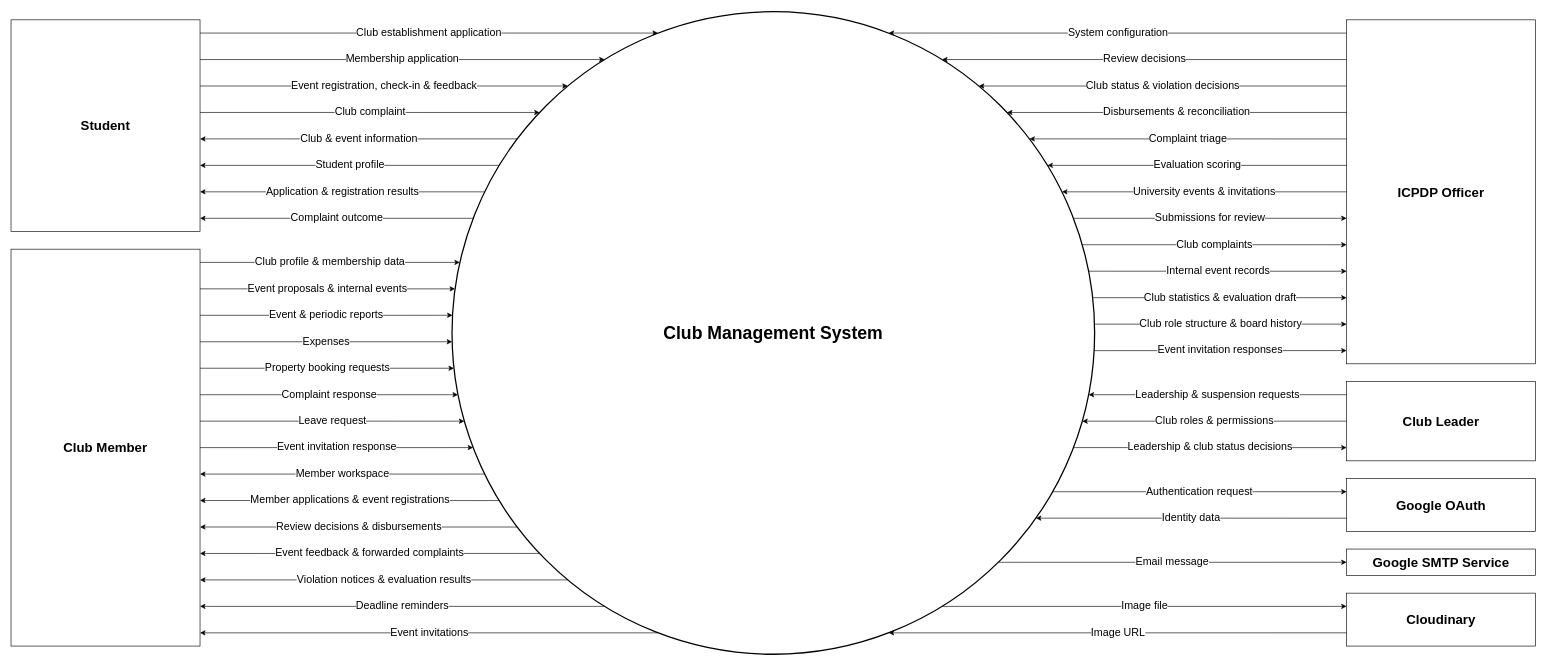
The draw.io diagram docs/03-diagrams/UCMS_Context_Diagram_v2.1.drawio in nvdekay/ClubManagementSystem, before the edit. Source tidied: cells renumbered, new cells numbered last; positions are measured from the earlier drawing's top-left corner, leaving out a move shared by most shapes. Both pictures are drawn from the tidied source at 63%, with x=0, y=0 at pixel (11, 11).
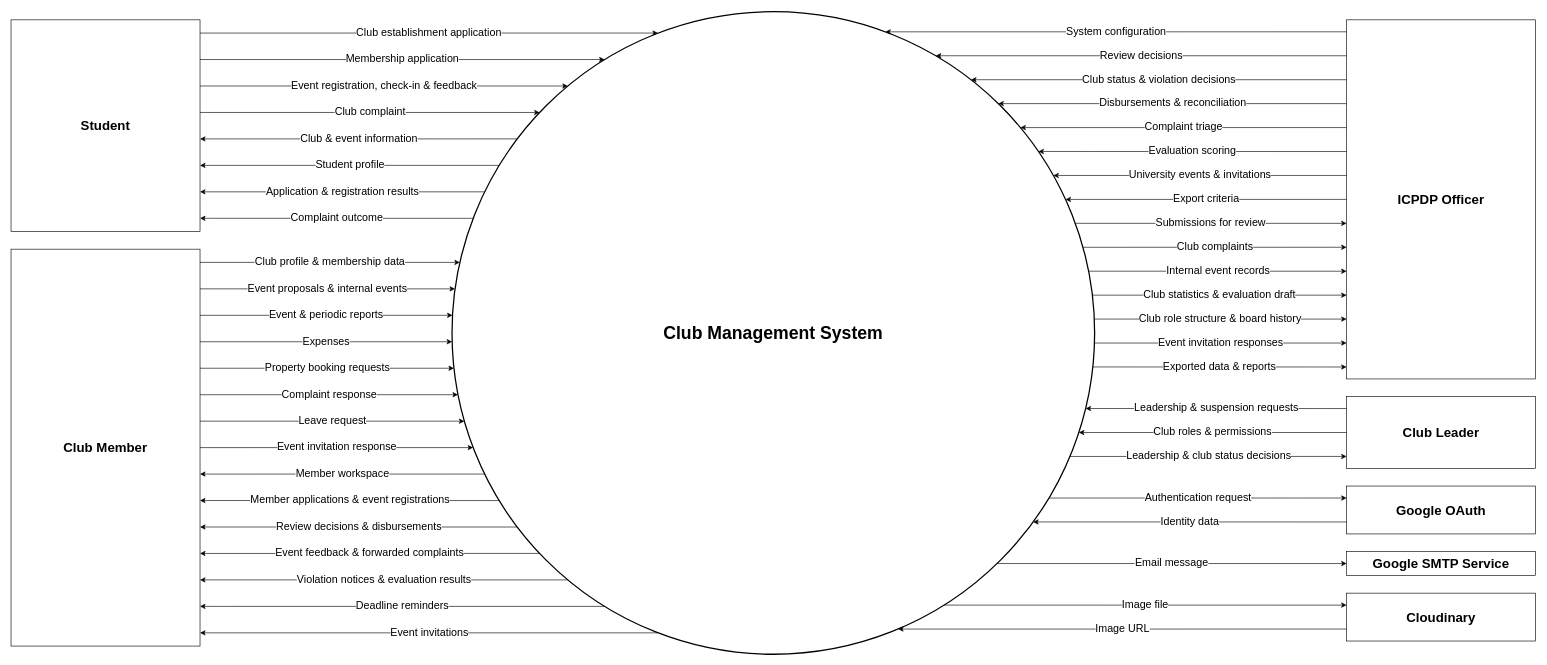
The same diagram, later.

The change refers to these unchanged cells:
```xml
<mxCell id="2" value="Club Management System" style="ellipse;whiteSpace=wrap;html=1;strokeWidth=2;fontSize=28;fontStyle=1;" parent="1" vertex="1">
  <mxGeometry x="700" width="1020" height="1020" as="geometry" />
</mxCell>
```

Change to the diagram source:
```diff
@@
     <mxCell id="28" value="ICPDP Officer" style="rounded=0;whiteSpace=wrap;html=1;fontSize=21;fontStyle=1;" parent="1" vertex="1">
-      <mxGeometry x="2120" y="13" width="300" height="546" as="geometry" />
+      <mxGeometry x="2120" y="13" width="300" height="570" as="geometry" />
     </mxCell>
-    <mxCell id="29" value="System configuration" style="edgeStyle=none;rounded=0;html=1;endArrow=classic;endFill=1;fontSize=17;labelBackgroundColor=#ffffff;exitX=0.0;exitY=0.0385;exitDx=0;exitDy=0;exitPerimeter=0;entryX=0.6795;entryY=0.0333;entryDx=0;entryDy=0;entryPerimeter=0;" parent="1" edge="1" source="28" target="2">
+    <mxCell id="29" value="System configuration" style="edgeStyle=none;rounded=0;html=1;endArrow=classic;endFill=1;fontSize=17;labelBackgroundColor=#ffffff;exitX=0.0000;exitY=0.0333;exitDx=0;exitDy=0;exitPerimeter=0;entryX=0.6743;entryY=0.0314;entryDx=0;entryDy=0;entryPerimeter=0;" parent="1" edge="1" source="28" target="2">
       <mxGeometry relative="1" as="geometry" />
     </mxCell>
-    <mxCell id="30" value="Review decisions" style="edgeStyle=none;rounded=0;html=1;endArrow=classic;endFill=1;fontSize=17;labelBackgroundColor=#ffffff;exitX=0.0;exitY=0.1154;exitDx=0;exitDy=0;exitPerimeter=0;entryX=0.7626;entryY=0.0745;entryDx=0;entryDy=0;entryPerimeter=0;" parent="1" edge="1" source="28" target="2">
+    <mxCell id="30" value="Review decisions" style="edgeStyle=none;rounded=0;html=1;endArrow=classic;endFill=1;fontSize=17;labelBackgroundColor=#ffffff;exitX=0.0000;exitY=0.1000;exitDx=0;exitDy=0;exitPerimeter=0;entryX=0.7528;entryY=0.0686;entryDx=0;entryDy=0;entryPerimeter=0;" parent="1" edge="1" source="28" target="2">
       <mxGeometry relative="1" as="geometry" />
     </mxCell>
-    <mxCell id="31" value="Club status &amp; violation decisions" style="edgeStyle=none;rounded=0;html=1;endArrow=classic;endFill=1;fontSize=17;labelBackgroundColor=#ffffff;exitX=0.0;exitY=0.1923;exitDx=0;exitDy=0;exitPerimeter=0;entryX=0.8198;entryY=0.1157;entryDx=0;entryDy=0;entryPerimeter=0;" parent="1" edge="1" source="28" target="2">
+    <mxCell id="31" value="Club status &amp; violation decisions" style="edgeStyle=none;rounded=0;html=1;endArrow=classic;endFill=1;fontSize=17;labelBackgroundColor=#ffffff;exitX=0.0000;exitY=0.1667;exitDx=0;exitDy=0;exitPerimeter=0;entryX=0.8077;entryY=0.1059;entryDx=0;entryDy=0;entryPerimeter=0;" parent="1" edge="1" source="28" target="2">
       <mxGeometry relative="1" as="geometry" />
     </mxCell>
-    <mxCell id="32" value="Disbursements &amp; reconciliation" style="edgeStyle=none;rounded=0;html=1;endArrow=classic;endFill=1;fontSize=17;labelBackgroundColor=#ffffff;exitX=0.0;exitY=0.2692;exitDx=0;exitDy=0;exitPerimeter=0;entryX=0.8637;entryY=0.1569;entryDx=0;entryDy=0;entryPerimeter=0;" parent="1" edge="1" source="28" target="2">
+    <mxCell id="32" value="Disbursements &amp; reconciliation" style="edgeStyle=none;rounded=0;html=1;endArrow=classic;endFill=1;fontSize=17;labelBackgroundColor=#ffffff;exitX=0.0000;exitY=0.2333;exitDx=0;exitDy=0;exitPerimeter=0;entryX=0.8502;entryY=0.1431;entryDx=0;entryDy=0;entryPerimeter=0;" parent="1" edge="1" source="28" target="2">
       <mxGeometry relative="1" as="geometry" />
     </mxCell>
-    <mxCell id="33" value="Complaint triage" style="edgeStyle=none;rounded=0;html=1;endArrow=classic;endFill=1;fontSize=17;labelBackgroundColor=#ffffff;exitX=0.0;exitY=0.3462;exitDx=0;exitDy=0;exitPerimeter=0;entryX=0.8985;entryY=0.1980;entryDx=0;entryDy=0;entryPerimeter=0;" parent="1" edge="1" source="28" target="2">
+    <mxCell id="33" value="Complaint triage" style="edgeStyle=none;rounded=0;html=1;endArrow=classic;endFill=1;fontSize=17;labelBackgroundColor=#ffffff;exitX=0.0000;exitY=0.3000;exitDx=0;exitDy=0;exitPerimeter=0;entryX=0.8845;entryY=0.1804;entryDx=0;entryDy=0;entryPerimeter=0;" parent="1" edge="1" source="28" target="2">
       <mxGeometry relative="1" as="geometry" />
     </mxCell>
-    <mxCell id="34" value="Evaluation scoring" style="edgeStyle=none;rounded=0;html=1;endArrow=classic;endFill=1;fontSize=17;labelBackgroundColor=#ffffff;exitX=0.0;exitY=0.4231;exitDx=0;exitDy=0;exitPerimeter=0;entryX=0.9266;entryY=0.2392;entryDx=0;entryDy=0;entryPerimeter=0;" parent="1" edge="1" source="28" target="2">
+    <mxCell id="34" value="Evaluation scoring" style="edgeStyle=none;rounded=0;html=1;endArrow=classic;endFill=1;fontSize=17;labelBackgroundColor=#ffffff;exitX=0.0000;exitY=0.3667;exitDx=0;exitDy=0;exitPerimeter=0;entryX=0.9126;entryY=0.2176;entryDx=0;entryDy=0;entryPerimeter=0;" parent="1" edge="1" source="28" target="2">
       <mxGeometry relative="1" as="geometry" />
     </mxCell>
-    <mxCell id="35" value="University events &amp; invitations" style="edgeStyle=none;rounded=0;html=1;endArrow=classic;endFill=1;fontSize=17;labelBackgroundColor=#ffffff;exitX=0.0;exitY=0.5000;exitDx=0;exitDy=0;exitPerimeter=0;entryX=0.9492;entryY=0.2804;entryDx=0;entryDy=0;entryPerimeter=0;" parent="1" edge="1" source="28" target="2">
+    <mxCell id="35" value="University events &amp; invitations" style="edgeStyle=none;rounded=0;html=1;endArrow=classic;endFill=1;fontSize=17;labelBackgroundColor=#ffffff;exitX=0.0000;exitY=0.4333;exitDx=0;exitDy=0;exitPerimeter=0;entryX=0.9358;entryY=0.2549;entryDx=0;entryDy=0;entryPerimeter=0;" parent="1" edge="1" source="28" target="2">
       <mxGeometry relative="1" as="geometry" />
     </mxCell>
-    <mxCell id="36" value="Submissions for review" style="edgeStyle=none;rounded=0;html=1;endArrow=classic;endFill=1;fontSize=17;labelBackgroundColor=#ffffff;exitX=0.9671;exitY=0.3216;exitDx=0;exitDy=0;exitPerimeter=0;entryX=0.0;entryY=0.5769;entryDx=0;entryDy=0;entryPerimeter=0;" parent="1" edge="1" source="2" target="28">
+    <mxCell id="36" value="Submissions for review" style="edgeStyle=none;rounded=0;html=1;endArrow=classic;endFill=1;fontSize=17;labelBackgroundColor=#ffffff;exitX=0.9700;exitY=0.3294;exitDx=0;exitDy=0;exitPerimeter=0;entryX=0.0000;entryY=0.5667;entryDx=0;entryDy=0;entryPerimeter=0;" parent="1" edge="1" source="2" target="28">
       <mxGeometry relative="1" as="geometry" />
     </mxCell>
-    <mxCell id="37" value="Club complaints" style="edgeStyle=none;rounded=0;html=1;endArrow=classic;endFill=1;fontSize=17;labelBackgroundColor=#ffffff;exitX=0.9808;exitY=0.3627;exitDx=0;exitDy=0;exitPerimeter=0;entryX=0.0;entryY=0.6538;entryDx=0;entryDy=0;entryPerimeter=0;" parent="1" edge="1" source="2" target="28">
+    <mxCell id="37" value="Club complaints" style="edgeStyle=none;rounded=0;html=1;endArrow=classic;endFill=1;fontSize=17;labelBackgroundColor=#ffffff;exitX=0.9819;exitY=0.3667;exitDx=0;exitDy=0;exitPerimeter=0;entryX=0.0000;entryY=0.6333;entryDx=0;entryDy=0;entryPerimeter=0;" parent="1" edge="1" source="2" target="28">
       <mxGeometry relative="1" as="geometry" />
     </mxCell>
-    <mxCell id="38" value="Internal event records" style="edgeStyle=none;rounded=0;html=1;endArrow=classic;endFill=1;fontSize=17;labelBackgroundColor=#ffffff;exitX=0.9907;exitY=0.4039;exitDx=0;exitDy=0;exitPerimeter=0;entryX=0.0;entryY=0.7308;entryDx=0;entryDy=0;entryPerimeter=0;" parent="1" edge="1" source="2" target="28">
+    <mxCell id="38" value="Internal event records" style="edgeStyle=none;rounded=0;html=1;endArrow=classic;endFill=1;fontSize=17;labelBackgroundColor=#ffffff;exitX=0.9907;exitY=0.4039;exitDx=0;exitDy=0;exitPerimeter=0;entryX=0.0000;entryY=0.7000;entryDx=0;entryDy=0;entryPerimeter=0;" parent="1" edge="1" source="2" target="28">
       <mxGeometry relative="1" as="geometry" />
     </mxCell>
-    <mxCell id="39" value="Club statistics &amp; evaluation draft" style="edgeStyle=none;rounded=0;html=1;endArrow=classic;endFill=1;fontSize=17;labelBackgroundColor=#ffffff;exitX=0.9970;exitY=0.4451;exitDx=0;exitDy=0;exitPerimeter=0;entryX=0.0;entryY=0.8077;entryDx=0;entryDy=0;entryPerimeter=0;" parent="1" edge="1" source="2" target="28">
+    <mxCell id="39" value="Club statistics &amp; evaluation draft" style="edgeStyle=none;rounded=0;html=1;endArrow=classic;endFill=1;fontSize=17;labelBackgroundColor=#ffffff;exitX=0.9965;exitY=0.4412;exitDx=0;exitDy=0;exitPerimeter=0;entryX=0.0000;entryY=0.7667;entryDx=0;entryDy=0;entryPerimeter=0;" parent="1" edge="1" source="2" target="28">
       <mxGeometry relative="1" as="geometry" />
     </mxCell>
-    <mxCell id="40" value="Club role structure &amp; board history" style="edgeStyle=none;rounded=0;html=1;endArrow=classic;endFill=1;fontSize=17;labelBackgroundColor=#ffffff;exitX=0.9998;exitY=0.4863;exitDx=0;exitDy=0;exitPerimeter=0;entryX=0.0;entryY=0.8846;entryDx=0;entryDy=0;entryPerimeter=0;" parent="1" edge="1" source="2" target="28">
+    <mxCell id="40" value="Club role structure &amp; board history" style="edgeStyle=none;rounded=0;html=1;endArrow=classic;endFill=1;fontSize=17;labelBackgroundColor=#ffffff;exitX=0.9995;exitY=0.4784;exitDx=0;exitDy=0;exitPerimeter=0;entryX=0.0000;entryY=0.8333;entryDx=0;entryDy=0;entryPerimeter=0;" parent="1" edge="1" source="2" target="28">
       <mxGeometry relative="1" as="geometry" />
     </mxCell>
-    <mxCell id="41" value="Event invitation responses" style="edgeStyle=none;rounded=0;html=1;endArrow=classic;endFill=1;fontSize=17;labelBackgroundColor=#ffffff;exitX=0.9992;exitY=0.5275;exitDx=0;exitDy=0;exitPerimeter=0;entryX=0.0;entryY=0.9615;entryDx=0;entryDy=0;entryPerimeter=0;" parent="1" edge="1" source="2" target="28">
+    <mxCell id="41" value="Event invitation responses" style="edgeStyle=none;rounded=0;html=1;endArrow=classic;endFill=1;fontSize=17;labelBackgroundColor=#ffffff;exitX=0.9998;exitY=0.5157;exitDx=0;exitDy=0;exitPerimeter=0;entryX=0.0000;entryY=0.9000;entryDx=0;entryDy=0;entryPerimeter=0;" parent="1" edge="1" source="2" target="28">
       <mxGeometry relative="1" as="geometry" />
     </mxCell>
+    <mxCell id="54" value="Export criteria" style="edgeStyle=none;rounded=0;html=1;endArrow=classic;endFill=1;fontSize=17;labelBackgroundColor=#ffffff;exitX=0.0000;exitY=0.5000;exitDx=0;exitDy=0;exitPerimeter=0;entryX=0.9548;entryY=0.2922;entryDx=0;entryDy=0;entryPerimeter=0;" parent="1" edge="1" source="28" target="2">
+      <mxGeometry relative="1" as="geometry" />
+    </mxCell>
+    <mxCell id="55" value="Exported data &amp; reports" style="edgeStyle=none;rounded=0;html=1;endArrow=classic;endFill=1;fontSize=17;labelBackgroundColor=#ffffff;exitX=0.9972;exitY=0.5529;exitDx=0;exitDy=0;exitPerimeter=0;entryX=0.0000;entryY=0.9667;entryDx=0;entryDy=0;entryPerimeter=0;" parent="1" edge="1" source="2" target="28">
+      <mxGeometry relative="1" as="geometry" />
+    </mxCell>
     <mxCell id="42" value="Club Leader" style="rounded=0;whiteSpace=wrap;html=1;fontSize=21;fontStyle=1;" parent="1" vertex="1">
-      <mxGeometry x="2120" y="587" width="300" height="126" as="geometry" />
+      <mxGeometry x="2120" y="611" width="300" height="114" as="geometry" />
     </mxCell>
-    <mxCell id="43" value="Leadership &amp; suspension requests" style="edgeStyle=none;rounded=0;html=1;endArrow=classic;endFill=1;fontSize=17;labelBackgroundColor=#ffffff;exitX=0.0;exitY=0.1667;exitDx=0;exitDy=0;exitPerimeter=0;entryX=0.9907;entryY=0.5961;entryDx=0;entryDy=0;entryPerimeter=0;" parent="1" edge="1" source="42" target="2">
+    <mxCell id="43" value="Leadership &amp; suspension requests" style="edgeStyle=none;rounded=0;html=1;endArrow=classic;endFill=1;fontSize=17;labelBackgroundColor=#ffffff;exitX=0.0000;exitY=0.1667;exitDx=0;exitDy=0;exitPerimeter=0;entryX=0.9860;entryY=0.6176;entryDx=0;entryDy=0;entryPerimeter=0;" parent="1" edge="1" source="42" target="2">
       <mxGeometry relative="1" as="geometry" />
     </mxCell>
-    <mxCell id="44" value="Club roles &amp; permissions" style="edgeStyle=none;rounded=0;html=1;endArrow=classic;endFill=1;fontSize=17;labelBackgroundColor=#ffffff;exitX=0.0;exitY=0.5000;exitDx=0;exitDy=0;exitPerimeter=0;entryX=0.9808;entryY=0.6373;entryDx=0;entryDy=0;entryPerimeter=0;" parent="1" edge="1" source="42" target="2">
+    <mxCell id="44" value="Club roles &amp; permissions" style="edgeStyle=none;rounded=0;html=1;endArrow=classic;endFill=1;fontSize=17;labelBackgroundColor=#ffffff;exitX=0.0000;exitY=0.5000;exitDx=0;exitDy=0;exitPerimeter=0;entryX=0.9754;entryY=0.6549;entryDx=0;entryDy=0;entryPerimeter=0;" parent="1" edge="1" source="42" target="2">
       <mxGeometry relative="1" as="geometry" />
     </mxCell>
-    <mxCell id="45" value="Leadership &amp; club status decisions" style="edgeStyle=none;rounded=0;html=1;endArrow=classic;endFill=1;fontSize=17;labelBackgroundColor=#ffffff;exitX=0.9671;exitY=0.6784;exitDx=0;exitDy=0;exitPerimeter=0;entryX=0.0;entryY=0.8333;entryDx=0;entryDy=0;entryPerimeter=0;" parent="1" edge="1" source="2" target="42">
+    <mxCell id="45" value="Leadership &amp; club status decisions" style="edgeStyle=none;rounded=0;html=1;endArrow=classic;endFill=1;fontSize=17;labelBackgroundColor=#ffffff;exitX=0.9616;exitY=0.6922;exitDx=0;exitDy=0;exitPerimeter=0;entryX=0.0000;entryY=0.8333;entryDx=0;entryDy=0;entryPerimeter=0;" parent="1" edge="1" source="2" target="42">
       <mxGeometry relative="1" as="geometry" />
     </mxCell>
     <mxCell id="46" value="Google OAuth" style="rounded=0;whiteSpace=wrap;html=1;fontSize=21;fontStyle=1;" parent="1" vertex="1">
-      <mxGeometry x="2120" y="741" width="300" height="84" as="geometry" />
+      <mxGeometry x="2120" y="753" width="300" height="76" as="geometry" />
     </mxCell>
-    <mxCell id="47" value="Authentication request" style="edgeStyle=none;rounded=0;html=1;endArrow=classic;endFill=1;fontSize=17;labelBackgroundColor=#ffffff;exitX=0.9347;exitY=0.7471;exitDx=0;exitDy=0;exitPerimeter=0;entryX=0.0;entryY=0.2500;entryDx=0;entryDy=0;entryPerimeter=0;" parent="1" edge="1" source="2" target="46">
+    <mxCell id="47" value="Authentication request" style="edgeStyle=none;rounded=0;html=1;endArrow=classic;endFill=1;fontSize=17;labelBackgroundColor=#ffffff;exitX=0.9290;exitY=0.7569;exitDx=0;exitDy=0;exitPerimeter=0;entryX=0.0000;entryY=0.2500;entryDx=0;entryDy=0;entryPerimeter=0;" parent="1" edge="1" source="2" target="46">
       <mxGeometry relative="1" as="geometry" />
     </mxCell>
-    <mxCell id="48" value="Identity data" style="edgeStyle=none;rounded=0;html=1;endArrow=classic;endFill=1;fontSize=17;labelBackgroundColor=#ffffff;exitX=0.0;exitY=0.7500;exitDx=0;exitDy=0;exitPerimeter=0;entryX=0.9086;entryY=0.7882;entryDx=0;entryDy=0;entryPerimeter=0;" parent="1" edge="1" source="46" target="2">
+    <mxCell id="48" value="Identity data" style="edgeStyle=none;rounded=0;html=1;endArrow=classic;endFill=1;fontSize=17;labelBackgroundColor=#ffffff;exitX=0.0000;exitY=0.7500;exitDx=0;exitDy=0;exitPerimeter=0;entryX=0.9043;entryY=0.7941;entryDx=0;entryDy=0;entryPerimeter=0;" parent="1" edge="1" source="46" target="2">
       <mxGeometry relative="1" as="geometry" />
     </mxCell>
     <mxCell id="49" value="Google SMTP Service" style="rounded=0;whiteSpace=wrap;html=1;fontSize=21;fontStyle=1;" parent="1" vertex="1">
-      <mxGeometry x="2120" y="853" width="300" height="42" as="geometry" />
+      <mxGeometry x="2120" y="857" width="300" height="38" as="geometry" />
     </mxCell>
-    <mxCell id="50" value="Email message" style="edgeStyle=none;rounded=0;html=1;endArrow=classic;endFill=1;fontSize=17;labelBackgroundColor=#ffffff;exitX=0.8502;exitY=0.8569;exitDx=0;exitDy=0;exitPerimeter=0;entryX=0.0;entryY=0.5000;entryDx=0;entryDy=0;entryPerimeter=0;" parent="1" edge="1" source="2" target="49">
+    <mxCell id="50" value="Email message" style="edgeStyle=none;rounded=0;html=1;endArrow=classic;endFill=1;fontSize=17;labelBackgroundColor=#ffffff;exitX=0.8482;exitY=0.8588;exitDx=0;exitDy=0;exitPerimeter=0;entryX=0.0000;entryY=0.5000;entryDx=0;entryDy=0;entryPerimeter=0;" parent="1" edge="1" source="2" target="49">
       <mxGeometry relative="1" as="geometry" />
     </mxCell>
     <mxCell id="51" value="Cloudinary" style="rounded=0;whiteSpace=wrap;html=1;fontSize=21;fontStyle=1;" parent="1" vertex="1">
-      <mxGeometry x="2120" y="923" width="300" height="84" as="geometry" />
+      <mxGeometry x="2120" y="923" width="300" height="76" as="geometry" />
     </mxCell>
-    <mxCell id="52" value="Image file" style="edgeStyle=none;rounded=0;html=1;endArrow=classic;endFill=1;fontSize=17;labelBackgroundColor=#ffffff;exitX=0.7626;exitY=0.9255;exitDx=0;exitDy=0;exitPerimeter=0;entryX=0.0;entryY=0.2500;entryDx=0;entryDy=0;entryPerimeter=0;" parent="1" edge="1" source="2" target="51">
+    <mxCell id="52" value="Image file" style="edgeStyle=none;rounded=0;html=1;endArrow=classic;endFill=1;fontSize=17;labelBackgroundColor=#ffffff;exitX=0.7657;exitY=0.9235;exitDx=0;exitDy=0;exitPerimeter=0;entryX=0.0000;entryY=0.2500;entryDx=0;entryDy=0;entryPerimeter=0;" parent="1" edge="1" source="2" target="51">
       <mxGeometry relative="1" as="geometry" />
     </mxCell>
-    <mxCell id="53" value="Image URL" style="edgeStyle=none;rounded=0;html=1;endArrow=classic;endFill=1;fontSize=17;labelBackgroundColor=#ffffff;exitX=0.0;exitY=0.7500;exitDx=0;exitDy=0;exitPerimeter=0;entryX=0.6795;entryY=0.9667;entryDx=0;entryDy=0;entryPerimeter=0;" parent="1" edge="1" source="51" target="2">
+    <mxCell id="53" value="Image URL" style="edgeStyle=none;rounded=0;html=1;endArrow=classic;endFill=1;fontSize=17;labelBackgroundColor=#ffffff;exitX=0.0000;exitY=0.7500;exitDx=0;exitDy=0;exitPerimeter=0;entryX=0.6941;entryY=0.9608;entryDx=0;entryDy=0;entryPerimeter=0;" parent="1" edge="1" source="51" target="2">
       <mxGeometry relative="1" as="geometry" />
     </mxCell>
```
